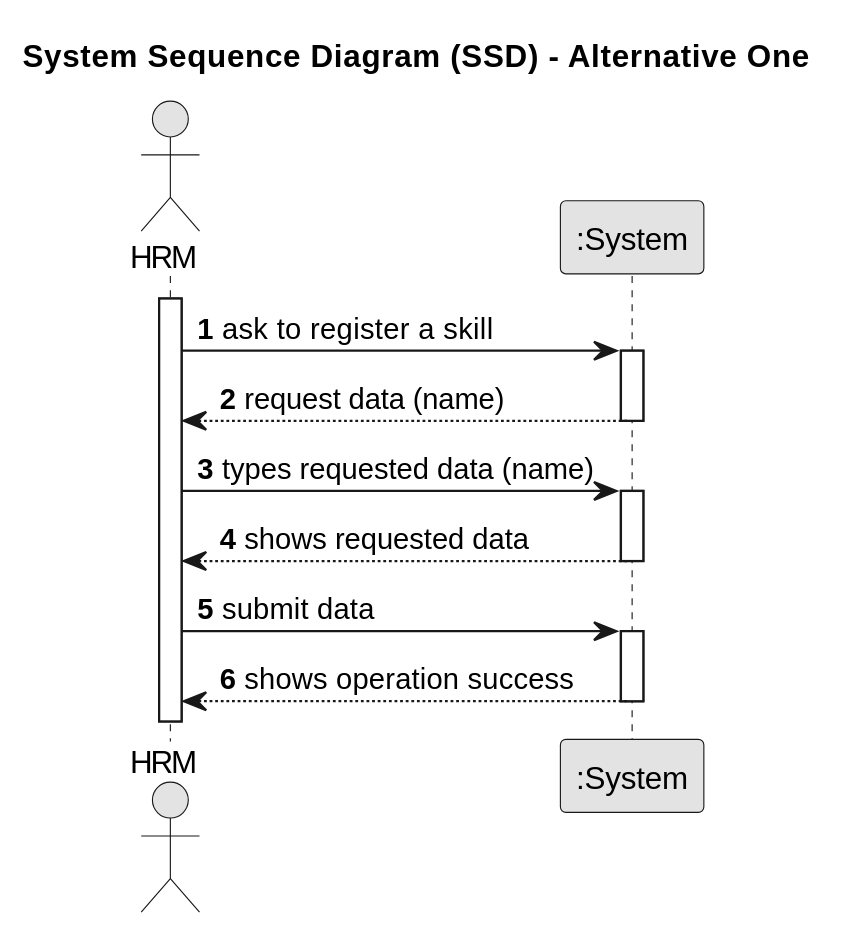
Above: docs/sprintB/us001/01.requirements-engineering/svg/us001-system-sequence-diagram-alternative-one.svg in SAEmanuel/Green_Spaces_Management_ISEP (PlantUML), before the change.
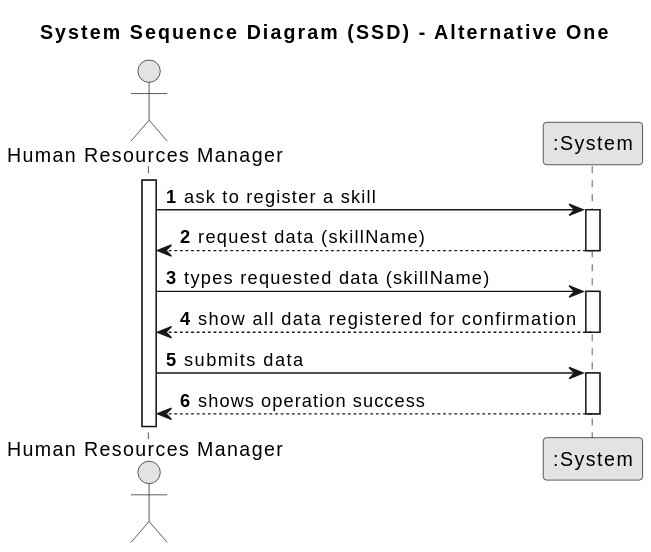
Above is the later version.

What changed in the source:
```diff
@@ -7,7 +7,7 @@
 
 autonumber
 
-actor "HRM" as Employee
+actor "Human Resources Manager" as Employee
 participant ":System" as System
 
 
@@ -16,17 +16,17 @@
     Employee -> System : ask to register a skill
     activate System
 
-        System --> Employee : request data (name)
+        System --> Employee : request data (skillName)
     deactivate System
 
-    Employee -> System : types requested data (name)
+    Employee -> System : types requested data (skillName)
 
     activate System
 
-        System --> Employee : shows requested data
+        System --> Employee : show all data registered  for confirmation
     deactivate System
 
-    Employee -> System : submit data
+    Employee -> System : submits data
     activate System
 
         System --> Employee :shows operation success
```
